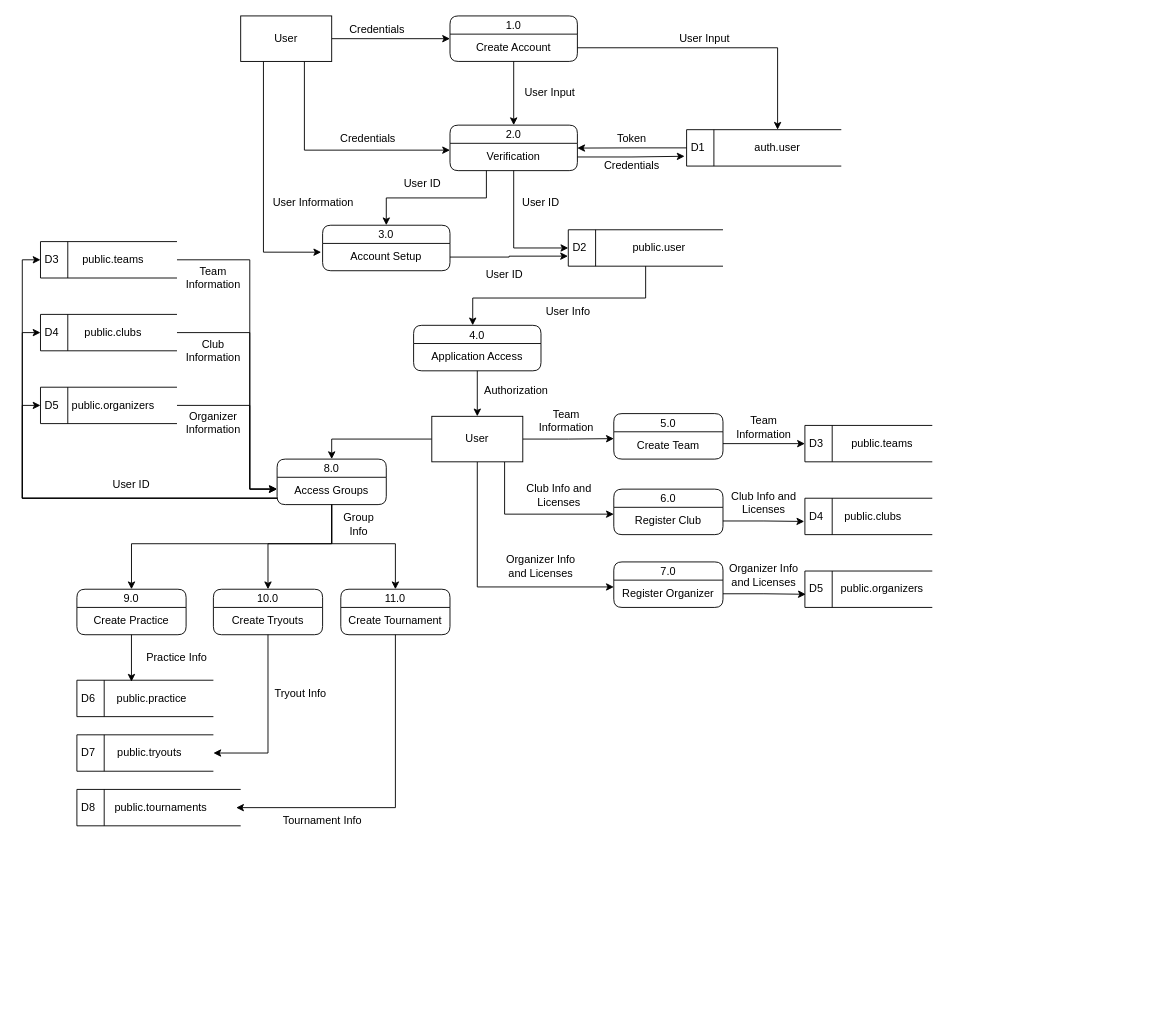
The draw.io diagram Atletik-DFD.drawio in ElliotJcbH/AtletikFlowcharts, before the edit. Source tidied: cells renumbered, new cells numbered last; positions are measured from the earlier drawing's top-left corner, leaving out a move shared by most shapes. Both pictures are drawn from the tidied source at 91%, with x=0, y=0 at pixel (22, 15).
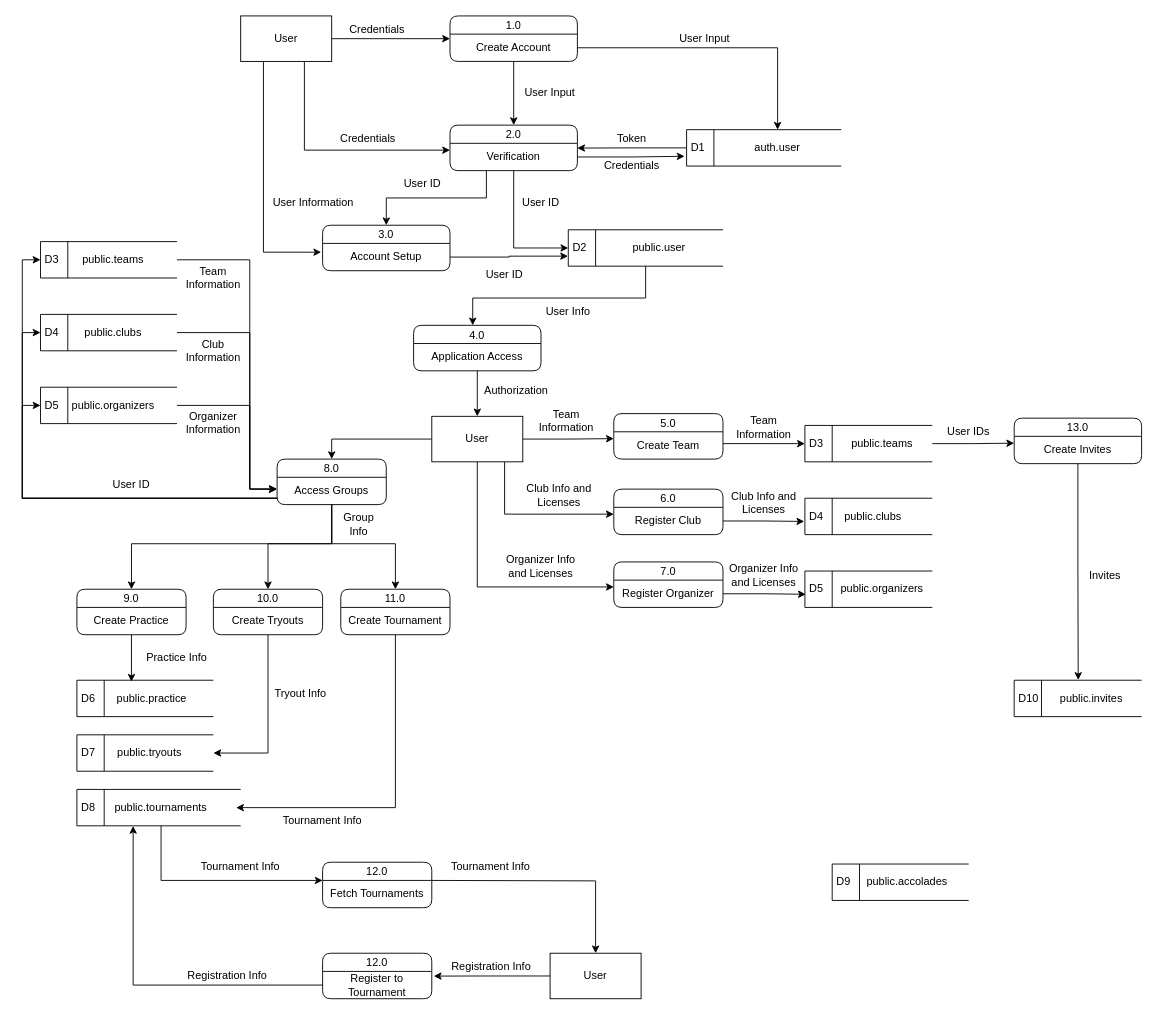
Above is the later version.

Unchanged cells that the change refers to:
```xml
<mxCell id="54" value="public.teams" style="text;html=1;align=center;verticalAlign=middle;whiteSpace=wrap;rounded=0;" parent="1" vertex="1">
  <mxGeometry x="890" y="450" width="110" height="40" as="geometry" />
</mxCell>
<mxCell id="98" value="public.tournaments" style="text;html=1;align=center;verticalAlign=middle;whiteSpace=wrap;rounded=0;" parent="1" vertex="1">
  <mxGeometry x="70" y="850" width="165" height="40" as="geometry" />
</mxCell>
```

What changed in the source:
```diff
@@
+    <mxCell id="105" style="edgeStyle=orthogonalEdgeStyle;rounded=0;jettySize=auto;html=1;entryX=0;entryY=0.25;entryDx=0;entryDy=0;" parent="1" edge="1" source="54" target="125">
+      <mxGeometry relative="1" as="geometry" />
+    </mxCell>
@@
+    <mxCell id="106" style="edgeStyle=orthogonalEdgeStyle;rounded=0;jettySize=auto;html=1;" parent="1" edge="1" source="98" target="108">
+      <mxGeometry relative="1" as="geometry">
+        <Array as="points">
+          <mxPoint x="153" y="950" />
+        </Array>
+      </mxGeometry>
+    </mxCell>
@@
+    <mxCell id="107" value="User" style="html=1;dashed=0;whiteSpace=wrap;" parent="1" vertex="1">
+      <mxGeometry x="580" y="1030" width="100" height="50" as="geometry" />
+    </mxCell>
+    <mxCell id="108" value="12.0" style="swimlane;fontStyle=0;horizontal=1;startSize=20;fillColor=#ffffff;swimlaneFillColor=#ffffff;rounded=1;" parent="1" vertex="1">
+      <mxGeometry x="330" y="930" width="120" height="50" as="geometry" />
+    </mxCell>
+    <mxCell id="109" value="Fetch Tournaments" style="text;html=1;align=center;verticalAlign=middle;whiteSpace=wrap;rounded=0;" parent="108" vertex="1">
+      <mxGeometry y="20" width="120" height="30" as="geometry" />
+    </mxCell>
+    <mxCell id="110" value="Registration Info" style="text;html=1;align=center;verticalAlign=middle;strokeColor=none;fillColor=none;" parent="1" vertex="1">
+      <mxGeometry x="170" y="1040" width="110" height="30" as="geometry" />
+    </mxCell>
+    <mxCell id="111" value="&lt;div&gt;Tournament Info&lt;/div&gt;" style="text;html=1;align=center;verticalAlign=middle;whiteSpace=wrap;rounded=0;" parent="1" vertex="1">
+      <mxGeometry x="190" y="920" width="100" height="30" as="geometry" />
+    </mxCell>
+    <mxCell id="112" style="edgeStyle=orthogonalEdgeStyle;rounded=0;jettySize=auto;html=1;entryX=0.5;entryY=0;entryDx=0;entryDy=0;" parent="1" edge="1" target="107">
+      <mxGeometry relative="1" as="geometry">
+        <mxPoint x="450" y="950" as="sourcePoint" />
+      </mxGeometry>
+    </mxCell>
+    <mxCell id="113" value="Registration Info" style="text;html=1;align=center;verticalAlign=middle;strokeColor=none;fillColor=none;" parent="1" vertex="1">
+      <mxGeometry x="460" y="1030" width="110" height="30" as="geometry" />
+    </mxCell>
+    <mxCell id="114" value="&lt;div&gt;Tournament Info&lt;/div&gt;" style="text;html=1;align=center;verticalAlign=middle;whiteSpace=wrap;rounded=0;" parent="1" vertex="1">
+      <mxGeometry x="465" y="920" width="100" height="30" as="geometry" />
+    </mxCell>
+    <mxCell id="115" value="D9" style="html=1;dashed=0;whiteSpace=wrap;shape=mxgraph.dfd.dataStoreID;align=left;spacingLeft=3;" parent="1" vertex="1">
+      <mxGeometry x="890" y="932" width="150" height="40" as="geometry" />
+    </mxCell>
+    <mxCell id="116" value="public.accolades" style="text;html=1;align=center;verticalAlign=middle;whiteSpace=wrap;rounded=0;" parent="1" vertex="1">
+      <mxGeometry x="905" y="932" width="135" height="40" as="geometry" />
+    </mxCell>
+    <mxCell id="117" value="12.0" style="swimlane;fontStyle=0;horizontal=1;startSize=20;fillColor=#ffffff;swimlaneFillColor=#ffffff;rounded=1;" parent="1" vertex="1">
+      <mxGeometry x="330" y="1030" width="120" height="50" as="geometry" />
+    </mxCell>
+    <mxCell id="118" value="Register to Tournament" style="text;html=1;align=center;verticalAlign=middle;whiteSpace=wrap;rounded=0;" parent="117" vertex="1">
+      <mxGeometry y="20" width="120" height="30" as="geometry" />
+    </mxCell>
+    <mxCell id="119" style="edgeStyle=orthogonalEdgeStyle;rounded=0;jettySize=auto;html=1;entryX=1.018;entryY=0.171;entryDx=0;entryDy=0;entryPerimeter=0;" parent="1" edge="1" source="107" target="118">
+      <mxGeometry relative="1" as="geometry" />
+    </mxCell>
+    <mxCell id="120" style="edgeStyle=orthogonalEdgeStyle;rounded=0;jettySize=auto;html=1;entryX=0.314;entryY=1.004;entryDx=0;entryDy=0;entryPerimeter=0;" parent="1" edge="1" source="118" target="98">
+      <mxGeometry relative="1" as="geometry" />
+    </mxCell>
+    <mxCell id="121" value="User IDs" style="text;html=1;align=center;verticalAlign=middle;whiteSpace=wrap;rounded=0;" parent="1" vertex="1">
+      <mxGeometry x="1000" y="442" width="80" height="30" as="geometry" />
+    </mxCell>
+    <mxCell id="122" value="D10" style="html=1;dashed=0;whiteSpace=wrap;shape=mxgraph.dfd.dataStoreID;align=left;spacingLeft=3;" parent="1" vertex="1">
+      <mxGeometry x="1090" y="730" width="140" height="40" as="geometry" />
+    </mxCell>
+    <mxCell id="123" value="public.invites" style="text;html=1;align=center;verticalAlign=middle;whiteSpace=wrap;rounded=0;" parent="1" vertex="1">
+      <mxGeometry x="1120" y="730" width="110" height="40" as="geometry" />
+    </mxCell>
+    <mxCell id="124" value="13.0" style="swimlane;fontStyle=0;horizontal=1;startSize=20;fillColor=#ffffff;swimlaneFillColor=#ffffff;rounded=1;" parent="1" vertex="1">
+      <mxGeometry x="1090" y="442" width="140" height="50" as="geometry" />
+    </mxCell>
+    <mxCell id="125" value="Create Invites" style="text;html=1;align=center;verticalAlign=middle;whiteSpace=wrap;rounded=0;" parent="124" vertex="1">
+      <mxGeometry y="20" width="140" height="30" as="geometry" />
+    </mxCell>
+    <mxCell id="126" style="edgeStyle=orthogonalEdgeStyle;rounded=0;jettySize=auto;html=1;entryX=0.367;entryY=-0.008;entryDx=0;entryDy=0;entryPerimeter=0;" parent="1" edge="1" source="125" target="123">
+      <mxGeometry relative="1" as="geometry" />
+    </mxCell>
+    <mxCell id="127" value="Invites" style="text;html=1;align=center;verticalAlign=middle;whiteSpace=wrap;rounded=0;" parent="1" vertex="1">
+      <mxGeometry x="1150" y="600" width="80" height="30" as="geometry" />
+    </mxCell>
```
